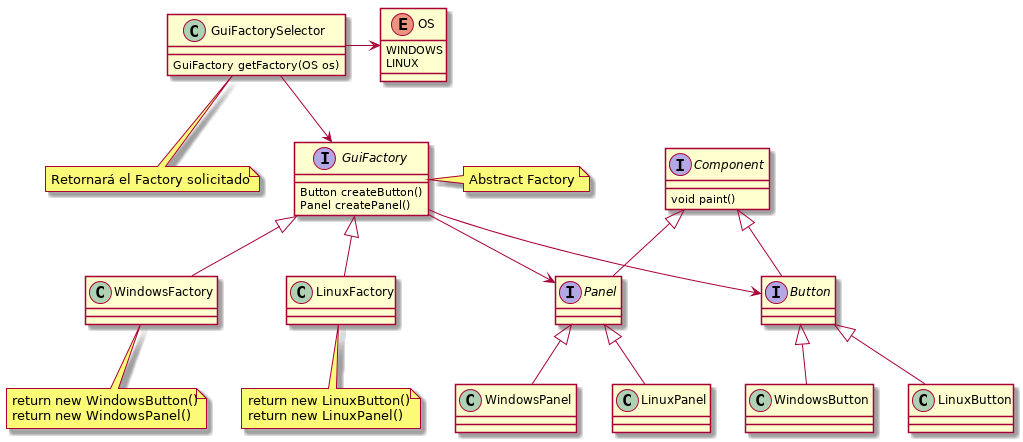
The PlantUML diagram plantuml/abstractfactory.png in sauljabin/java-design-patterns, before a commit.
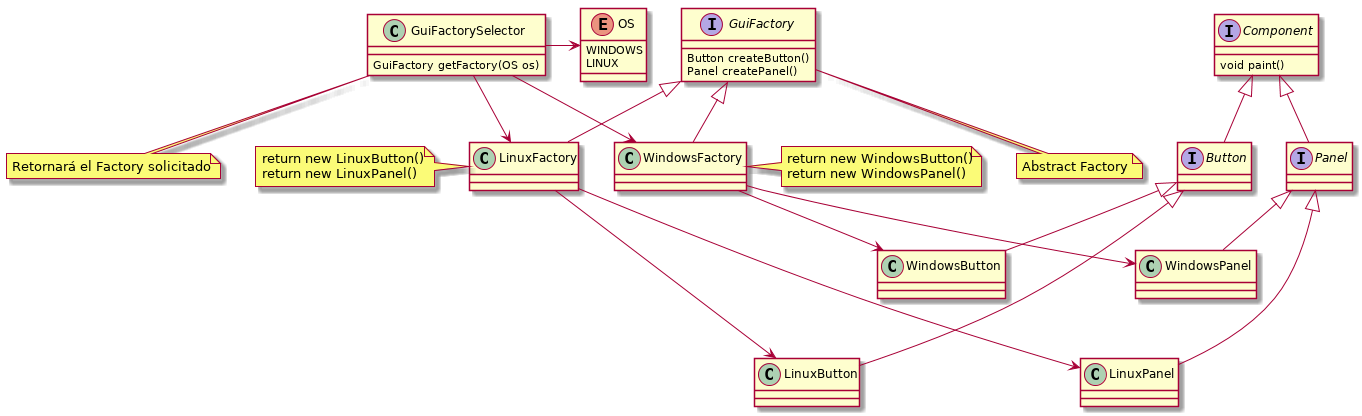
Above is the later version.

Commit message:
Se actualiza imagen de AbstractFactory

What changed in the source:
```diff
@@ -27,27 +27,31 @@
 Component <|-- Panel
 
 Button <|-- WindowsButton
-Button <|-- LinuxButton
+Button <|--- LinuxButton
 
 Panel <|-- WindowsPanel
-Panel <|-- LinuxPanel
+Panel <|--- LinuxPanel
 
-GuiFactorySelector --> GuiFactory
-GuiFactorySelector -> OS
+GuiFactorySelector --> WindowsFactory
+GuiFactorySelector --> LinuxFactory
+GuiFactorySelector -r-> OS
 
-GuiFactory --> Panel
-GuiFactory --> Button
+WindowsFactory --> WindowsPanel
+WindowsFactory --> WindowsButton
+
+LinuxFactory --> LinuxPanel
+LinuxFactory --> LinuxButton
 
 note "Retornará el Factory solicitado" as NoteGuiFactorySelector
 GuiFactorySelector .. NoteGuiFactorySelector
 
 note "Abstract Factory" as NoteGuiFactory
-GuiFactory . NoteGuiFactory
+GuiFactory .. NoteGuiFactory
 
 note "return new WindowsButton()\nreturn new WindowsPanel()" as NoteWindowsFactory
-WindowsFactory .. NoteWindowsFactory
+WindowsFactory .r. NoteWindowsFactory
 
 note "return new LinuxButton()\nreturn new LinuxPanel()" as NoteLinuxFactory
-LinuxFactory .. NoteLinuxFactory
+LinuxFactory .l. NoteLinuxFactory
 
 @enduml
```
